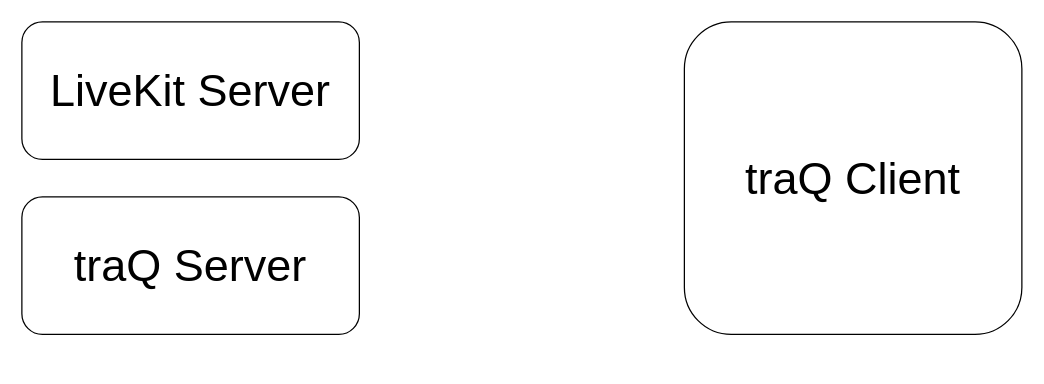
Above: docs/flow.drawio in hijiki51/traq-custom-webrtc-demo (draw.io), before the change. Source tidied: cells renumbered, new cells numbered last; positions are measured from the earlier drawing's top-left corner, leaving out a move shared by most shapes. Both pictures are drawn from the tidied source at 125%, with x=0, y=0 at pixel (21, 21).
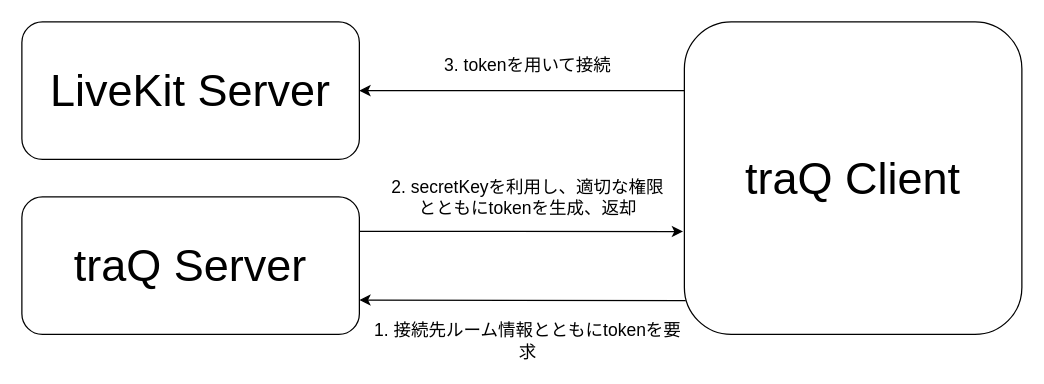
The same page after the edit.

The edit, as a diff of the source:
```diff
@@
 <mxGraphModel>
   <root>
     <mxCell id="0" />
     <mxCell id="1" parent="0" />
+    <mxCell id="5" style="group;" parent="1" vertex="1">
+      <mxGeometry width="800" height="270" as="geometry" />
+    </mxCell>
-    <mxCell id="2" value="&lt;font style=&quot;font-size: 36px&quot;&gt;LiveKit Server&lt;/font&gt;" style="rounded=1;whiteSpace=wrap;html=1;" parent="1" vertex="1">
+    <mxCell id="2" value="&lt;font style=&quot;font-size: 36px&quot;&gt;LiveKit Server&lt;/font&gt;" style="rounded=1;whiteSpace=wrap;html=1;" parent="5" vertex="1">
       <mxGeometry width="270" height="110" as="geometry" />
     </mxCell>
-    <mxCell id="3" value="&lt;font style=&quot;font-size: 36px&quot;&gt;traQ Server&lt;/font&gt;" style="rounded=1;whiteSpace=wrap;html=1;" parent="1" vertex="1">
+    <mxCell id="3" value="&lt;font style=&quot;font-size: 36px&quot;&gt;traQ Server&lt;/font&gt;" style="rounded=1;whiteSpace=wrap;html=1;" parent="5" vertex="1">
       <mxGeometry y="140" width="270" height="110" as="geometry" />
     </mxCell>
-    <mxCell id="4" value="&lt;font style=&quot;font-size: 36px&quot;&gt;traQ Client&lt;/font&gt;" style="rounded=1;whiteSpace=wrap;html=1;" parent="1" vertex="1">
+    <mxCell id="4" value="&lt;font style=&quot;font-size: 36px&quot;&gt;traQ Client&lt;/font&gt;" style="rounded=1;whiteSpace=wrap;html=1;" parent="5" vertex="1">
       <mxGeometry x="530" width="270" height="250" as="geometry" />
     </mxCell>
+    <mxCell id="6" style="endArrow=classic;html=1;entryX=1;entryY=0.75;entryDx=0;entryDy=0;exitX=0.004;exitY=0.892;exitDx=0;exitDy=0;exitPerimeter=0;" parent="5" edge="1" source="4" target="3">
+      <mxGeometry relative="1" as="geometry" />
+    </mxCell>
+    <mxCell id="7" style="endArrow=classic;html=1;exitX=1;exitY=0.25;exitDx=0;exitDy=0;entryX=-0.004;entryY=0.671;entryDx=0;entryDy=0;entryPerimeter=0;" parent="5" edge="1" source="3" target="4">
+      <mxGeometry relative="1" as="geometry" />
+    </mxCell>
+    <mxCell id="8" style="endArrow=classic;html=1;entryX=1;entryY=0.5;entryDx=0;entryDy=0;exitX=-0.001;exitY=0.22;exitDx=0;exitDy=0;exitPerimeter=0;" parent="5" edge="1" source="4" target="2">
+      <mxGeometry relative="1" as="geometry" />
+    </mxCell>
+    <mxCell id="9" value="&lt;font style=&quot;font-size: 14px&quot;&gt;1. 接続先ルーム情報とともにtokenを要求&lt;/font&gt;" style="text;html=1;strokeColor=none;fillColor=none;align=center;verticalAlign=middle;whiteSpace=wrap;rounded=0;" parent="5" vertex="1">
+      <mxGeometry x="280" y="240" width="250" height="30" as="geometry" />
+    </mxCell>
+    <mxCell id="10" value="&lt;font style=&quot;font-size: 14px&quot;&gt;2. secretKeyを利用し、適切な権限とともにtokenを生成、返却&lt;/font&gt;" style="text;html=1;strokeColor=none;fillColor=none;align=center;verticalAlign=middle;whiteSpace=wrap;rounded=0;" parent="5" vertex="1">
+      <mxGeometry x="290" y="120" width="230" height="40" as="geometry" />
+    </mxCell>
+    <mxCell id="11" value="&lt;font style=&quot;font-size: 14px&quot;&gt;3. tokenを用いて接続&lt;/font&gt;" style="text;html=1;strokeColor=none;fillColor=none;align=center;verticalAlign=middle;whiteSpace=wrap;rounded=0;" parent="5" vertex="1">
+      <mxGeometry x="320" y="20" width="170" height="30" as="geometry" />
+    </mxCell>
   </root>
 </mxGraphModel>
```
